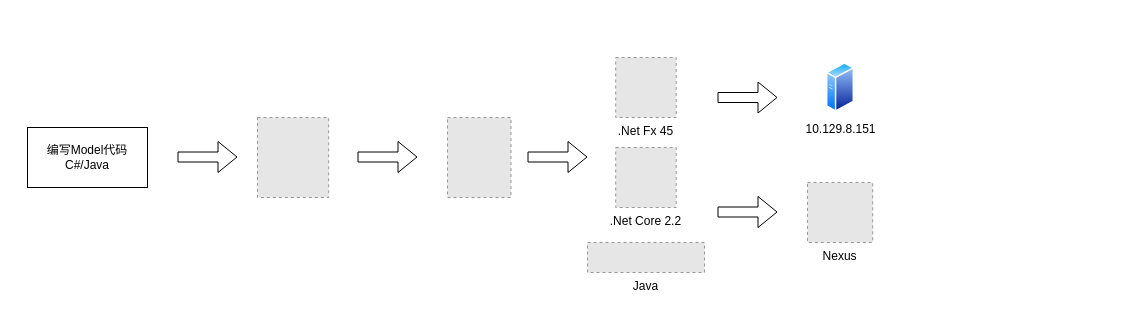
Before: 场景触发器使用.drawio in Lucas20029/MyDiagrams, a draw.io diagram. Source tidied: cells renumbered, new cells numbered last; positions are measured from the earlier drawing's top-left corner, leaving out a move shared by most shapes. Both pictures are drawn from the tidied source at 100%, with x=0, y=0 at pixel (27, 57). Pictures stored in the file or linked from it are replaced by grey dashed boxes.
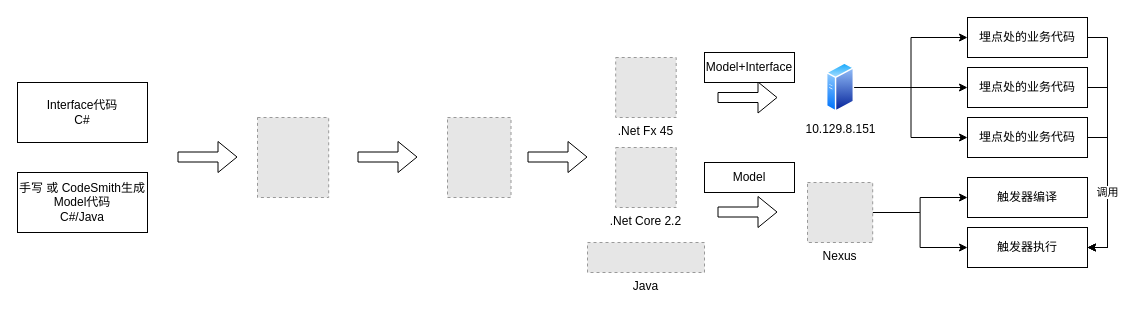
Above is the later version.

Commit message:
Update 场景触发器使用.drawio

The change refers to these unchanged cells:
```xml
<mxCell id="10" value="Nexus" style="fillColor=#E6E6E6;strokeColor=#999999;dashed=1;verticalLabelPosition=bottom;labelBackgroundColor=#ffffff;verticalAlign=top;" parent="1" vertex="1">
  <mxGeometry x="780" y="125" width="65.2" height="60" as="geometry" />
</mxCell>
<mxCell id="12" value="10.129.8.151" style="perimeter=ellipsePerimeter;html=1;align=center;shadow=0;dashed=0;spacingTop=3;image;image=img/lib/active_directory/generic_server.svg;" parent="1" vertex="1">
  <mxGeometry x="799" y="5" width="28" height="50" as="geometry" />
</mxCell>
```

Diff of the diagram source:
```diff
@@
-    <mxCell id="2" value="编写Model代码&lt;br&gt;C#/Java" style="rounded=0;whiteSpace=wrap;html=1;" parent="1" vertex="1">
-      <mxGeometry y="70" width="120" height="60" as="geometry" />
+    <mxCell id="2" value="手写 或 CodeSmith生成&lt;br&gt;Model代码&lt;br&gt;C#/Java" style="rounded=0;whiteSpace=wrap;html=1;" parent="1" vertex="1">
+      <mxGeometry x="-10" y="115" width="130" height="60" as="geometry" />
     </mxCell>
@@
+    <mxCell id="15" style="edgeStyle=orthogonalEdgeStyle;rounded=0;jettySize=auto;html=1;exitX=1;exitY=0.5;exitDx=0;exitDy=0;entryX=0;entryY=0.5;entryDx=0;entryDy=0;" parent="1" edge="1" source="10" target="29">
+      <mxGeometry relative="1" as="geometry" />
+    </mxCell>
+    <mxCell id="16" style="edgeStyle=orthogonalEdgeStyle;rounded=0;jettySize=auto;html=1;exitX=1;exitY=0.5;exitDx=0;exitDy=0;" parent="1" edge="1" source="10" target="30">
+      <mxGeometry relative="1" as="geometry" />
+    </mxCell>
@@
+    <mxCell id="17" style="edgeStyle=orthogonalEdgeStyle;rounded=0;jettySize=auto;html=1;exitX=1;exitY=0.5;exitDx=0;exitDy=0;entryX=0;entryY=0.5;entryDx=0;entryDy=0;" parent="1" edge="1" source="12" target="26">
+      <mxGeometry relative="1" as="geometry" />
+    </mxCell>
+    <mxCell id="18" style="edgeStyle=orthogonalEdgeStyle;rounded=0;jettySize=auto;html=1;exitX=1;exitY=0.5;exitDx=0;exitDy=0;" parent="1" edge="1" source="12" target="24">
+      <mxGeometry relative="1" as="geometry" />
+    </mxCell>
+    <mxCell id="19" style="edgeStyle=orthogonalEdgeStyle;rounded=0;jettySize=auto;html=1;exitX=1;exitY=0.5;exitDx=0;exitDy=0;entryX=0;entryY=0.5;entryDx=0;entryDy=0;" parent="1" edge="1" source="12" target="28">
+      <mxGeometry relative="1" as="geometry" />
+    </mxCell>
@@
+    <mxCell id="20" value="Interface代码&lt;br&gt;C#" style="rounded=0;whiteSpace=wrap;html=1;" parent="1" vertex="1">
+      <mxGeometry x="-10" y="25" width="130" height="60" as="geometry" />
+    </mxCell>
+    <mxCell id="21" value="Model+Interface" style="rounded=0;whiteSpace=wrap;html=1;" parent="1" vertex="1">
+      <mxGeometry x="677" y="-5" width="90" height="30" as="geometry" />
+    </mxCell>
+    <mxCell id="22" value="Model" style="rounded=0;whiteSpace=wrap;html=1;" parent="1" vertex="1">
+      <mxGeometry x="677" y="105" width="90" height="30" as="geometry" />
+    </mxCell>
+    <mxCell id="23" style="edgeStyle=orthogonalEdgeStyle;rounded=0;jettySize=auto;html=1;exitX=1;exitY=0.5;exitDx=0;exitDy=0;entryX=1;entryY=0.5;entryDx=0;entryDy=0;" parent="1" edge="1" source="24" target="29">
+      <mxGeometry relative="1" as="geometry" />
+    </mxCell>
+    <mxCell id="24" value="埋点处的业务代码" style="rounded=0;whiteSpace=wrap;html=1;" parent="1" vertex="1">
+      <mxGeometry x="940" y="10" width="120" height="40" as="geometry" />
+    </mxCell>
+    <mxCell id="25" style="edgeStyle=orthogonalEdgeStyle;rounded=0;jettySize=auto;html=1;exitX=1;exitY=0.5;exitDx=0;exitDy=0;entryX=1;entryY=0.5;entryDx=0;entryDy=0;" parent="1" edge="1" source="26" target="29">
+      <mxGeometry relative="1" as="geometry" />
+    </mxCell>
+    <mxCell id="26" value="埋点处的业务代码" style="rounded=0;whiteSpace=wrap;html=1;" parent="1" vertex="1">
+      <mxGeometry x="940" y="-40" width="120" height="40" as="geometry" />
+    </mxCell>
+    <mxCell id="27" value="调用" style="edgeStyle=orthogonalEdgeStyle;rounded=0;jettySize=auto;html=1;exitX=1;exitY=0.5;exitDx=0;exitDy=0;entryX=1;entryY=0.5;entryDx=0;entryDy=0;" parent="1" edge="1" source="28" target="29">
+      <mxGeometry relative="1" as="geometry" />
+    </mxCell>
+    <mxCell id="28" value="埋点处的业务代码" style="rounded=0;whiteSpace=wrap;html=1;" parent="1" vertex="1">
+      <mxGeometry x="940" y="60" width="120" height="40" as="geometry" />
+    </mxCell>
+    <mxCell id="29" value="触发器执行" style="rounded=0;whiteSpace=wrap;html=1;" parent="1" vertex="1">
+      <mxGeometry x="940" y="170" width="120" height="40" as="geometry" />
+    </mxCell>
+    <mxCell id="30" value="触发器编译" style="rounded=0;whiteSpace=wrap;html=1;" parent="1" vertex="1">
+      <mxGeometry x="940" y="120" width="120" height="40" as="geometry" />
+    </mxCell>
```
